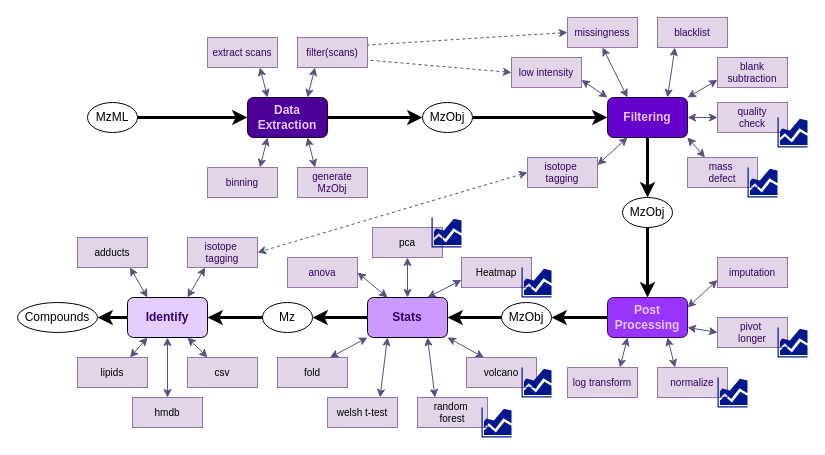
Earlier version of the draw.io diagram page "medusa" (1 of 5) of diagrams/source/medusa.drawio (laura-hetzel/MeDUSA). Source tidied: cells renumbered, new cells numbered last; positions are measured from the earlier drawing's top-left corner, leaving out a move shared by most shapes. Both pictures are drawn from the tidied source at 100%, with x=0, y=0 at pixel (17, 17).
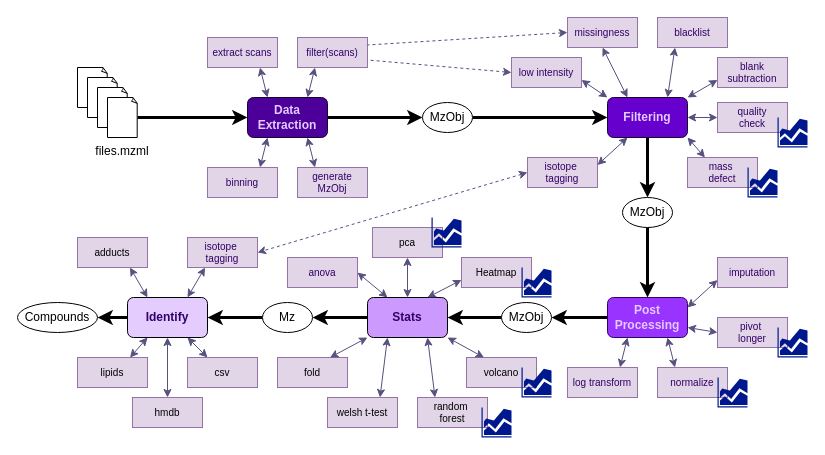
The same page after the edit.

The change refers to these unchanged cells:
```xml
<mxCell id="7" value="&lt;b&gt;&lt;font color=&quot;#e5ccff&quot;&gt;Data Extraction&lt;/font&gt;&lt;/b&gt;" style="rounded=1;whiteSpace=wrap;html=1;fillColor=#4C0099;strokeColor=#190033;fontColor=#330066;" parent="1" vertex="1">
  <mxGeometry x="230" y="80" width="80" height="40" as="geometry" />
</mxCell>
```

What changed in the source:
```diff
@@
-    <mxCell id="15" style="edgeStyle=orthogonalEdgeStyle;rounded=0;jettySize=auto;html=1;exitX=1;exitY=0.5;exitDx=0;exitDy=0;entryX=0;entryY=0.5;entryDx=0;entryDy=0;shadow=0;strokeWidth=3;" parent="1" edge="1" source="16" target="7">
+    <mxCell id="15" style="edgeStyle=orthogonalEdgeStyle;rounded=0;jettySize=auto;html=1;exitX=1;exitY=0.5;exitDx=0;exitDy=0;entryX=0;entryY=0.5;entryDx=0;entryDy=0;shadow=0;strokeWidth=3;exitPerimeter=0;" parent="1" edge="1" source="91" target="7">
       <mxGeometry relative="1" as="geometry" />
     </mxCell>
-    <mxCell id="16" value="MzML" style="ellipse;whiteSpace=wrap;html=1;" parent="1" vertex="1">
-      <mxGeometry x="70" y="85" width="50" height="30" as="geometry" />
-    </mxCell>
@@
+    <mxCell id="88" style="whiteSpace=wrap;html=1;shape=mxgraph.basic.document;" parent="1" vertex="1">
+      <mxGeometry x="60" y="50" width="30" height="40" as="geometry" />
+    </mxCell>
+    <mxCell id="89" style="whiteSpace=wrap;html=1;shape=mxgraph.basic.document;" parent="1" vertex="1">
+      <mxGeometry x="70" y="60" width="30" height="40" as="geometry" />
+    </mxCell>
+    <mxCell id="90" style="whiteSpace=wrap;html=1;shape=mxgraph.basic.document;" parent="1" vertex="1">
+      <mxGeometry x="80" y="70" width="30" height="40" as="geometry" />
+    </mxCell>
+    <mxCell id="91" value="files.mzml" style="whiteSpace=wrap;html=1;shape=mxgraph.basic.document;labelPosition=center;verticalLabelPosition=bottom;align=center;verticalAlign=top;" parent="1" vertex="1">
+      <mxGeometry x="90" y="80" width="30" height="40" as="geometry" />
+    </mxCell>
```
